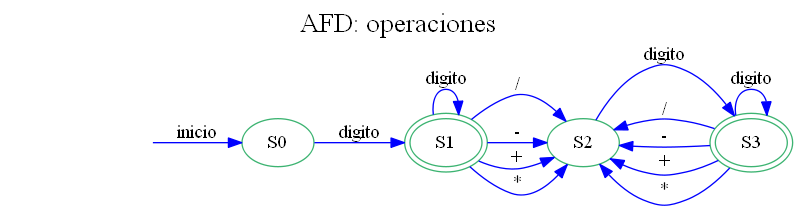
The Graphviz diagram OLC1_Practica1_201701133/AFD3.png in SelvinLP/-OLC1-Practica1_201701133, before a commit. Its source is kept beside it as OLC1_Practica1_201701133/AFD3.dot. The source it was exported from:
```dot
digraph AFD {
graph [label="AFD: operaciones", labelloc=t, fontsize=20]; rankdir=LR;edge [color=blue];node [color = mediumseagreen];"S0"[ label=S0]
"S1"[ label=S1]
"S2"[ label=S2]
"S3"[ label=S3]
secret_node [style=invis];
secret_node -> S0 [label="inicio"];S1[peripheries=2];
S3[peripheries=2];
"S0"->"S1"[label="digito"];
"S1"->"S2"[label="\/"];
"S1"->"S2"[label="\-"];
"S1"->"S2"[label="\+"];
"S1"->"S1"[label="digito"];
"S1"->"S2"[label="\*"];
"S2"->"S3"[label="digito"];
"S3"->"S2"[label="\/"];
"S3"->"S2"[label="\-"];
"S3"->"S2"[label="\+"];
"S3"->"S3"[label="digito"];
"S3"->"S2"[label="\*"];

}
```
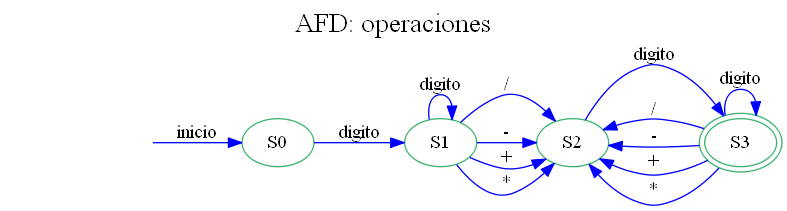
The same file after the commit.

Diff of the diagram source:
```diff
@@ -4,8 +4,7 @@
 "S2"[ label=S2]
 "S3"[ label=S3]
 secret_node [style=invis];
-secret_node -> S0 [label="inicio"];S1[peripheries=2];
-S3[peripheries=2];
+secret_node -> S0 [label="inicio"];S3[peripheries=2];
 "S0"->"S1"[label="digito"];
 "S1"->"S2"[label="\/"];
 "S1"->"S2"[label="\-"];
```
